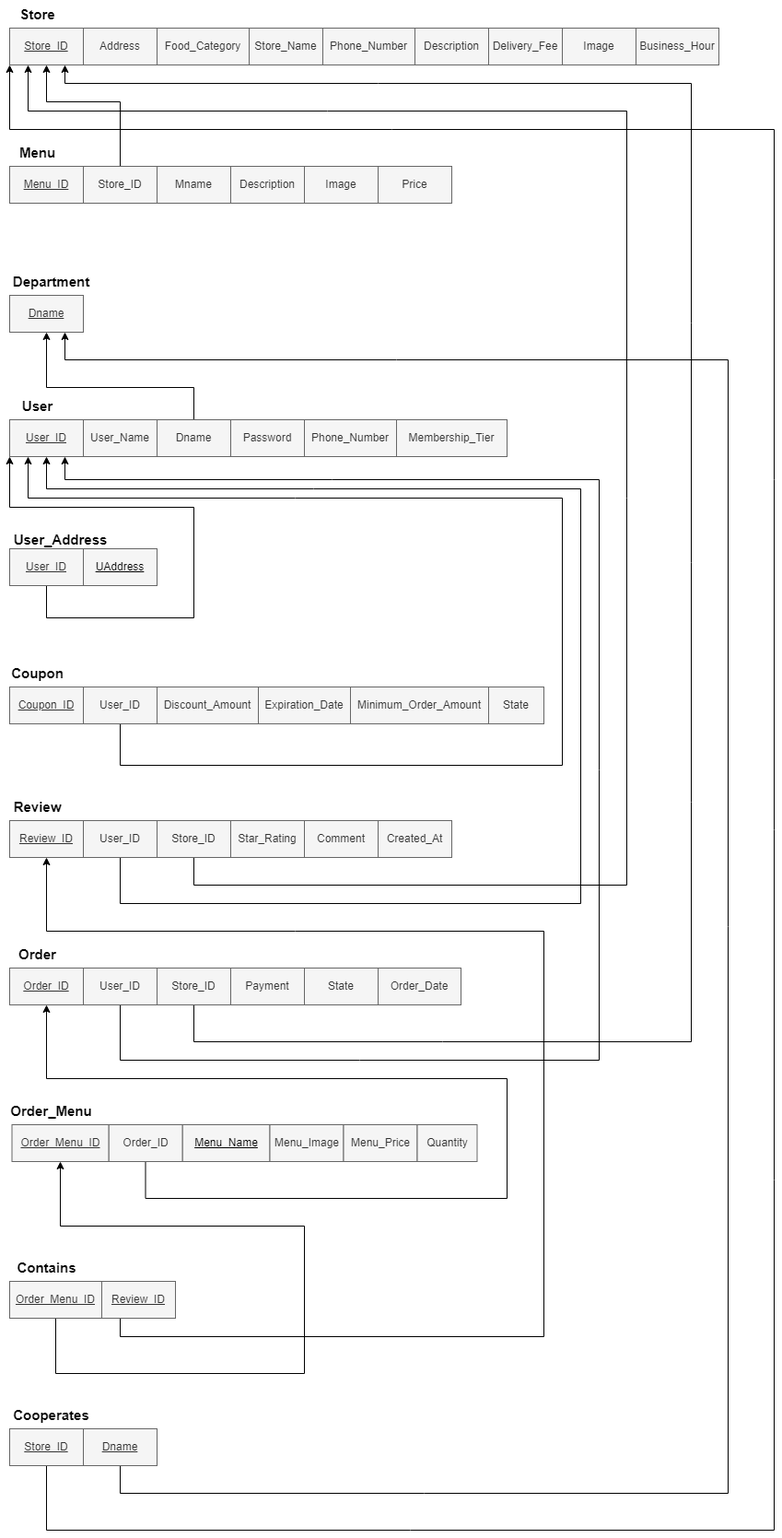
Above: docs/diagrams/relational-model/relational-model.png in scv1702/delivery-king-hobanwoo (draw.io), before the change. Source tidied: cells renumbered, new cells last; positions are measured from the earlier drawing's top-left corner, leaving out a move shared by most shapes.
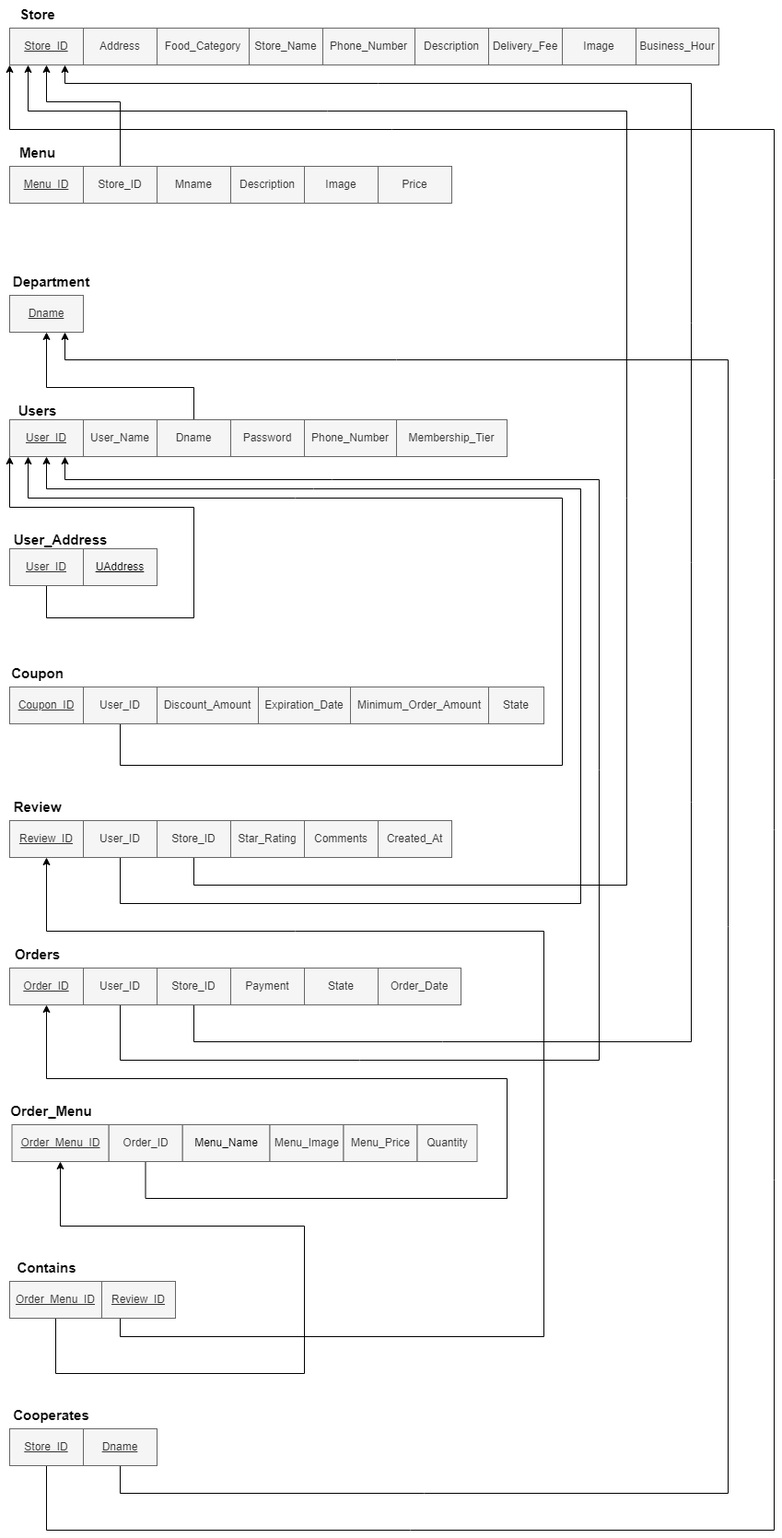
After the change.

Commit message:
Docs: change er_diagram, relation-model

The edit, as a diff of the source:
```diff
@@ -23,7 +23,7 @@
     <mxCell id="8" value="Star_Rating" style="rounded=0;whiteSpace=wrap;html=1;fillColor=#f5f5f5;fontColor=#333333;strokeColor=#666666;" parent="1" vertex="1">
       <mxGeometry x="250" y="890" width="80" height="40" as="geometry" />
     </mxCell>
-    <mxCell id="9" value="Comment" style="rounded=0;whiteSpace=wrap;html=1;fillColor=#f5f5f5;fontColor=#333333;strokeColor=#666666;" parent="1" vertex="1">
+    <mxCell id="9" value="Comments" style="rounded=0;whiteSpace=wrap;html=1;fillColor=#f5f5f5;fontColor=#333333;strokeColor=#666666;" parent="1" vertex="1">
       <mxGeometry x="330" y="890" width="80" height="40" as="geometry" />
     </mxCell>
     <mxCell id="10" value="Created_At" style="rounded=0;whiteSpace=wrap;html=1;fillColor=#f5f5f5;fontColor=#333333;strokeColor=#666666;" parent="1" vertex="1">
@@ -65,8 +65,8 @@
     <mxCell id="22" value="Coupon" style="text;html=1;align=center;verticalAlign=middle;strokeColor=none;fillColor=none;fontStyle=1;fontSize=15;" parent="1" vertex="1">
       <mxGeometry y="715" width="80" height="30" as="geometry" />
     </mxCell>
-    <mxCell id="23" value="User" style="text;html=1;align=center;verticalAlign=middle;strokeColor=none;fillColor=none;fontStyle=1;fontSize=15;" parent="1" vertex="1">
-      <mxGeometry x="10" y="425" width="60" height="30" as="geometry" />
+    <mxCell id="23" value="Users" style="text;html=1;align=center;verticalAlign=middle;strokeColor=none;fillColor=none;fontStyle=1;fontSize=15;" parent="1" vertex="1">
+      <mxGeometry x="5" y="430" width="70" height="30" as="geometry" />
     </mxCell>
     <mxCell id="24" value="Review" style="text;html=1;align=center;verticalAlign=middle;strokeColor=none;fillColor=none;fontStyle=1;fontSize=15;" parent="1" vertex="1">
       <mxGeometry y="860" width="80" height="30" as="geometry" />
@@ -110,7 +110,7 @@
     <mxCell id="37" value="State" style="rounded=0;whiteSpace=wrap;html=1;fillColor=#f5f5f5;fontColor=#333333;strokeColor=#666666;" parent="1" vertex="1">
       <mxGeometry x="330" y="1050" width="80" height="40" as="geometry" />
     </mxCell>
-    <mxCell id="38" value="&lt;font color=&quot;#000000&quot;&gt;&lt;u&gt;Menu_Name&lt;/u&gt;&lt;/font&gt;" style="rounded=0;whiteSpace=wrap;html=1;fillColor=#f5f5f5;fontColor=#333333;strokeColor=#666666;" parent="1" vertex="1">
+    <mxCell id="38" value="&lt;font color=&quot;#000000&quot;&gt;Menu_Name&lt;/font&gt;" style="rounded=0;whiteSpace=wrap;html=1;fillColor=#f5f5f5;fontColor=#333333;strokeColor=#666666;" parent="1" vertex="1">
       <mxGeometry x="197.5" y="1220" width="95" height="40" as="geometry" />
     </mxCell>
     <mxCell id="39" value="Menu_Image" style="rounded=0;whiteSpace=wrap;html=1;fillColor=#f5f5f5;fontColor=#333333;strokeColor=#666666;" parent="1" vertex="1">
@@ -122,8 +122,8 @@
     <mxCell id="41" value="Store" style="text;html=1;align=center;verticalAlign=middle;strokeColor=none;fillColor=none;fontStyle=1;fontSize=15;" parent="1" vertex="1">
       <mxGeometry x="10" width="60" height="30" as="geometry" />
     </mxCell>
-    <mxCell id="42" value="Order" style="text;html=1;align=center;verticalAlign=middle;strokeColor=none;fillColor=none;fontStyle=1;fontSize=15;" parent="1" vertex="1">
-      <mxGeometry x="10" y="1020" width="60" height="30" as="geometry" />
+    <mxCell id="42" value="Orders" style="text;html=1;align=center;verticalAlign=middle;strokeColor=none;fillColor=none;fontStyle=1;fontSize=15;" parent="1" vertex="1">
+      <mxGeometry x="5" y="1020" width="70" height="30" as="geometry" />
     </mxCell>
     <mxCell id="43" value="Order_Menu" style="text;html=1;align=center;verticalAlign=middle;strokeColor=none;fillColor=none;fontStyle=1;fontSize=15;" parent="1" vertex="1">
       <mxGeometry y="1190" width="110" height="30" as="geometry" />
```
